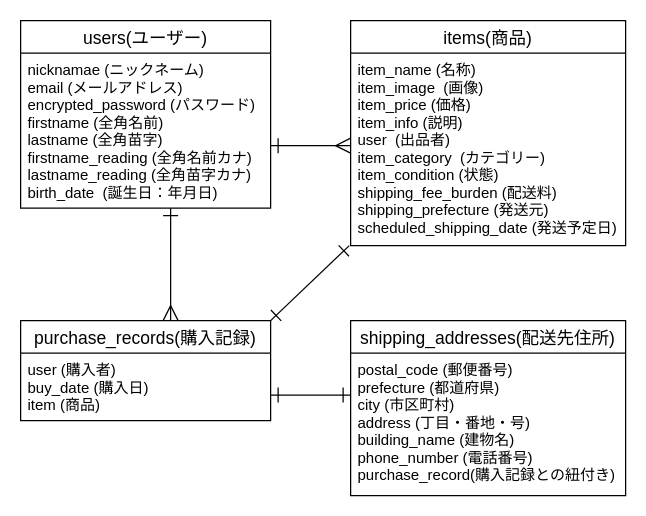
This is ER.dio from Saiki-san/furima-31631, a draw.io file, before an edit. Source tidied: cells renumbered, new cells numbered last; positions are measured from the earlier drawing's top-left corner, leaving out a move shared by most shapes. Both pictures are drawn from the tidied source at 125%, with x=0, y=0 at pixel (20, 20).
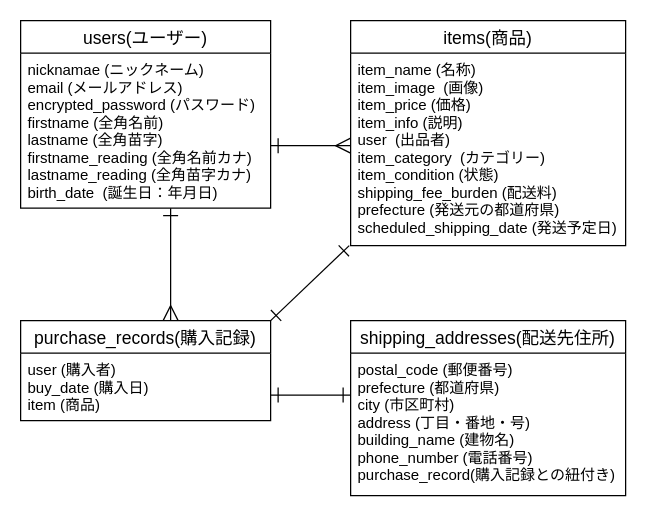
After the change.

Change to the diagram source:
```diff
@@
 <mxGraphModel>
   <root>
     <mxCell id="0" />
     <mxCell id="1" parent="0" />
     <mxCell id="2" value="users(ユーザー)" style="swimlane;fontStyle=0;horizontal=1;startSize=26;align=center;fontSize=14;" parent="1" vertex="1">
       <mxGeometry width="200" height="150" as="geometry" />
     </mxCell>
     <mxCell id="3" value="purchase_records(購入記録)" style="swimlane;fontStyle=0;horizontal=1;startSize=26;align=center;fontSize=14;" parent="1" vertex="1">
       <mxGeometry y="240" width="200" height="80" as="geometry" />
     </mxCell>
     <mxCell id="4" value="user (購入者)&#10;buy_date (購入日)&#10;item (商品)" style="text;strokeColor=none;fillColor=none;spacingLeft=4;spacingRight=4;overflow=hidden;fontSize=12;" parent="3" vertex="1">
       <mxGeometry y="26" width="200" height="54" as="geometry" />
     </mxCell>
     <mxCell id="5" value="items(商品)" style="swimlane;fontStyle=0;horizontal=1;startSize=26;align=center;fontSize=14;" parent="1" vertex="1">
       <mxGeometry x="264" width="220" height="180" as="geometry" />
     </mxCell>
-    <mxCell id="6" value="item_name (名称)&#10;item_image  (画像)&#10;item_price (価格)&#10;item_info (説明)&#10;user  (出品者)&#10;item_category  (カテゴリー)&#10;item_condition (状態)&#10;shipping_fee_burden (配送料)&#10;shipping_prefecture (発送元)&#10;scheduled_shipping_date (発送予定日)" style="text;strokeColor=none;fillColor=none;spacingLeft=4;spacingRight=4;overflow=hidden;points=[[0,0.5],[1,0.5]];portConstraint=eastwest;fontSize=12;" parent="5" vertex="1">
+    <mxCell id="6" value="item_name (名称)&#10;item_image  (画像)&#10;item_price (価格)&#10;item_info (説明)&#10;user  (出品者)&#10;item_category  (カテゴリー)&#10;item_condition (状態)&#10;shipping_fee_burden (配送料)&#10;prefecture (発送元の都道府県)&#10;scheduled_shipping_date (発送予定日)" style="text;strokeColor=none;fillColor=none;spacingLeft=4;spacingRight=4;overflow=hidden;points=[[0,0.5],[1,0.5]];portConstraint=eastwest;fontSize=12;" parent="5" vertex="1">
       <mxGeometry y="26" width="220" height="154" as="geometry" />
     </mxCell>
     <mxCell id="7" value="shipping_addresses(配送先住所)" style="swimlane;fontStyle=0;horizontal=1;startSize=26;align=center;fontSize=14;" parent="1" vertex="1">
       <mxGeometry x="264" y="240" width="220" height="140" as="geometry" />
     </mxCell>
     <mxCell id="8" value="postal_code (郵便番号)&#10;prefecture (都道府県)&#10;city (市区町村)&#10;address (丁目・番地・号)&#10;building_name (建物名)&#10;phone_number (電話番号)&#10;purchase_record(購入記録との紐付き)" style="text;strokeColor=none;fillColor=none;spacingLeft=4;spacingRight=4;overflow=hidden;fontSize=12;" parent="7" vertex="1">
       <mxGeometry y="26" width="220" height="114" as="geometry" />
     </mxCell>
     <mxCell id="9" style="edgeStyle=none;rounded=0;orthogonalLoop=1;jettySize=auto;html=1;exitX=1;exitY=0.5;exitDx=0;exitDy=0;entryX=0;entryY=0.5;entryDx=0;entryDy=0;startArrow=ERone;startFill=0;endArrow=ERmany;endFill=0;strokeWidth=1;endSize=10;startSize=10;targetPerimeterSpacing=6;sourcePerimeterSpacing=6;" parent="1" edge="1">
       <mxGeometry relative="1" as="geometry">
         <mxPoint x="200" y="100" as="sourcePoint" />
         <mxPoint x="264" y="100" as="targetPoint" />
       </mxGeometry>
     </mxCell>
     <mxCell id="10" value="nicknamae (ニックネーム)&#10;email (メールアドレス)&#10;encrypted_password (パスワード)&#10;firstname (全角名前)&#10;lastname (全角苗字)&#10;firstname_reading (全角名前カナ)&#10;lastname_reading (全角苗字カナ)&#10;birth_date  (誕生日：年月日)" style="text;strokeColor=none;fillColor=none;spacingLeft=4;spacingRight=4;overflow=hidden;fontSize=12;" parent="1" vertex="1">
       <mxGeometry y="26" width="200" height="124" as="geometry" />
     </mxCell>
     <mxCell id="11" style="edgeStyle=none;rounded=0;orthogonalLoop=1;jettySize=auto;html=1;startArrow=ERone;startFill=0;endArrow=ERmany;endFill=0;strokeWidth=1;endSize=10;startSize=10;targetPerimeterSpacing=6;sourcePerimeterSpacing=6;" parent="1" edge="1">
       <mxGeometry relative="1" as="geometry">
         <mxPoint x="120" y="150" as="sourcePoint" />
         <mxPoint x="120" y="240" as="targetPoint" />
       </mxGeometry>
     </mxCell>
     <mxCell id="12" style="edgeStyle=none;rounded=0;orthogonalLoop=1;jettySize=auto;html=1;exitX=1;exitY=0.5;exitDx=0;exitDy=0;entryX=0;entryY=0.5;entryDx=0;entryDy=0;startArrow=ERone;startFill=0;endArrow=ERone;endFill=0;strokeWidth=1;endSize=10;startSize=10;targetPerimeterSpacing=6;sourcePerimeterSpacing=6;" parent="1" edge="1">
       <mxGeometry relative="1" as="geometry">
         <mxPoint x="200" y="299.5" as="sourcePoint" />
         <mxPoint x="264" y="299.5" as="targetPoint" />
       </mxGeometry>
     </mxCell>
     <mxCell id="13" style="edgeStyle=none;rounded=0;jettySize=auto;html=1;exitX=-0.005;exitY=1;exitDx=0;exitDy=0;startArrow=ERone;startFill=0;endArrow=ERone;endFill=0;strokeWidth=1;endSize=10;startSize=10;targetPerimeterSpacing=6;sourcePerimeterSpacing=6;entryX=1;entryY=0;entryDx=0;entryDy=0;exitPerimeter=0;" parent="1" edge="1" source="6" target="3">
       <mxGeometry relative="1" as="geometry" />
     </mxCell>
   </root>
 </mxGraphModel>
```
